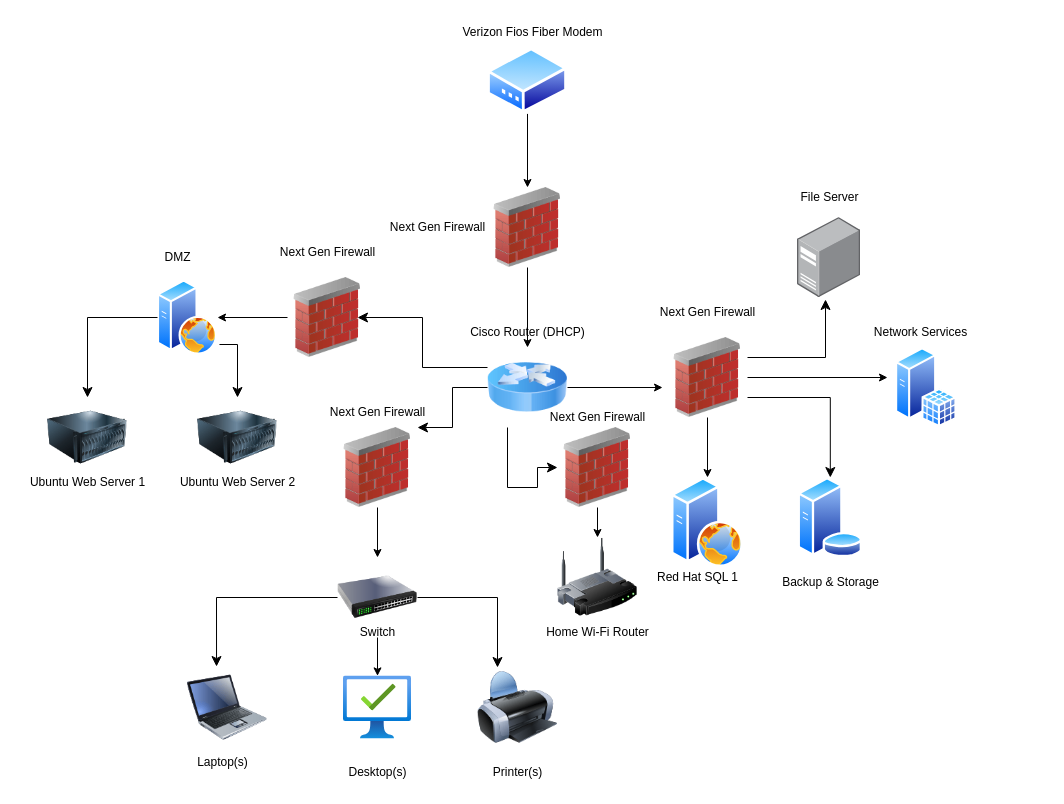
Above: NetworkDiagram.drawio in sweetrellish/python_work1 (draw.io), before the change. Source tidied: cells renumbered, new cells numbered last; positions are measured from the earlier drawing's top-left corner, leaving out a move shared by most shapes. Both pictures are drawn from the tidied source at 100%, with x=0, y=0 at pixel (17, 17).
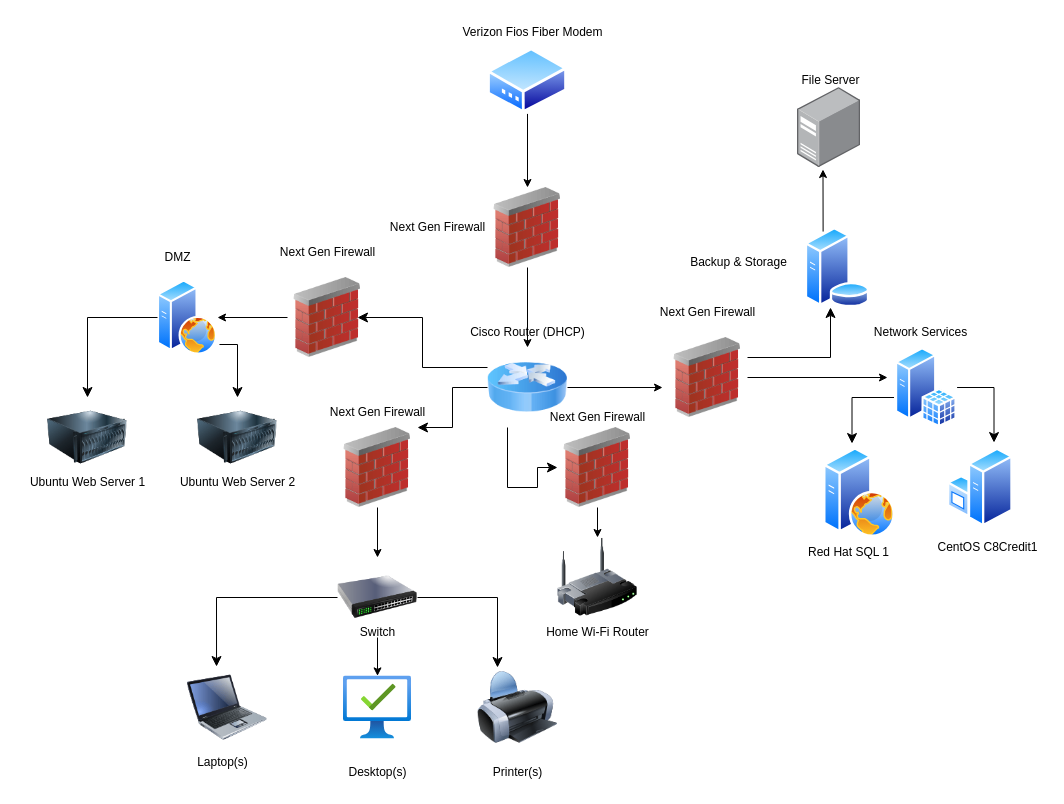
The same diagram, later.

Unchanged cells that the change refers to:
```xml
<mxCell id="16" style="image;html=1;image=img/lib/clip_art/networking/Firewall_02_128x128.png;" parent="1" vertex="1">
  <mxGeometry x="650" y="320" width="80" height="80" as="geometry" />
</mxCell>
<mxCell id="55" style="perimeter=ellipsePerimeter;html=1;align=center;shadow=0;dashed=0;spacingTop=3;image;image=img/lib/active_directory/sql_server.svg;" parent="1" vertex="1">
  <mxGeometry x="878" y="330" width="61.6" height="80" as="geometry" />
</mxCell>
```

Diff of the diagram source:
```diff
@@
-    <mxCell id="15" style="edgeStyle=none;html=1;" parent="1" edge="1" source="16" target="54">
-      <mxGeometry relative="1" as="geometry" />
-    </mxCell>
@@
     <mxCell id="42" style="points=[];html=1;align=center;shadow=0;dashed=0;image;image=img/lib/allied_telesis/computer_and_terminals/Server_Desktop.svg;" parent="1" vertex="1">
-      <mxGeometry x="780" y="200" width="63.1" height="80" as="geometry" />
+      <mxGeometry x="780" y="70" width="63.1" height="80" as="geometry" />
     </mxCell>
-    <mxCell id="43" style="edgeStyle=segmentEdgeStyle;endArrow=classic;html=1;curved=0;rounded=0;endSize=8;startSize=8;exitX=1;exitY=0.25;exitDx=0;exitDy=0;entryX=0.444;entryY=1.025;entryDx=0;entryDy=0;entryPerimeter=0;" parent="1" edge="1" source="16" target="42">
-      <mxGeometry relative="1" as="geometry" />
+    <mxCell id="43" style="edgeStyle=segmentEdgeStyle;endArrow=classic;html=1;curved=0;rounded=0;endSize=8;startSize=8;exitX=1;exitY=0.25;exitDx=0;exitDy=0;" parent="1" edge="1" source="16">
+      <mxGeometry relative="1" as="geometry">
+        <mxPoint x="813" y="290" as="targetPoint" />
+      </mxGeometry>
     </mxCell>
     <mxCell id="44" value="File Server" style="text;html=1;align=center;verticalAlign=middle;strokeColor=none;fillColor=none;" parent="1" vertex="1">
-      <mxGeometry x="771.5" y="165" width="80" height="30" as="geometry" />
+      <mxGeometry x="772.8" y="48.2" width="80" height="30" as="geometry" />
     </mxCell>
@@
+    <mxCell id="60" style="edgeStyle=none;html=1;exitX=0.25;exitY=0;exitDx=0;exitDy=0;entryX=0.404;entryY=1.025;entryDx=0;entryDy=0;entryPerimeter=0;" parent="1" edge="1" source="53" target="42">
+      <mxGeometry relative="1" as="geometry" />
+    </mxCell>
     <mxCell id="53" style="perimeter=ellipsePerimeter;html=1;align=center;shadow=0;dashed=0;spacingTop=3;image;image=img/lib/active_directory/database_server.svg;" parent="1" vertex="1">
-      <mxGeometry x="780" y="460" width="65.6" height="80" as="geometry" />
+      <mxGeometry x="787.2" y="210" width="65.6" height="80" as="geometry" />
     </mxCell>
     <mxCell id="54" style="perimeter=ellipsePerimeter;html=1;align=center;shadow=0;dashed=0;spacingTop=3;image;image=img/lib/active_directory/web_server.svg;" parent="1" vertex="1">
-      <mxGeometry x="654" y="460" width="72" height="90" as="geometry" />
+      <mxGeometry x="806" y="430" width="72" height="90" as="geometry" />
     </mxCell>
@@
     <mxCell id="57" value="Red Hat SQL 1" style="text;html=1;align=center;verticalAlign=middle;strokeColor=none;fillColor=none;" parent="1" vertex="1">
-      <mxGeometry x="630" y="545" width="100" height="30" as="geometry" />
+      <mxGeometry x="781.2" y="520" width="100" height="30" as="geometry" />
     </mxCell>
     <mxCell id="58" value="Backup &amp;amp; Storage" style="text;html=1;align=center;verticalAlign=middle;strokeColor=none;fillColor=none;" parent="1" vertex="1">
-      <mxGeometry x="752.8" y="550" width="120" height="30" as="geometry" />
+      <mxGeometry x="661.2" y="230" width="120" height="30" as="geometry" />
     </mxCell>
-    <mxCell id="59" style="edgeStyle=segmentEdgeStyle;endArrow=classic;html=1;curved=0;rounded=0;endSize=8;startSize=8;exitX=1;exitY=0.75;exitDx=0;exitDy=0;entryX=0.5;entryY=0;entryDx=0;entryDy=0;" parent="1" edge="1" source="16" target="53">
-      <mxGeometry relative="1" as="geometry" />
-    </mxCell>
+    <mxCell id="61" style="perimeter=ellipsePerimeter;html=1;align=center;shadow=0;dashed=0;spacingTop=3;image;image=img/lib/active_directory/windows_server.svg;" parent="1" vertex="1">
+      <mxGeometry x="930" y="430" width="65.6" height="80" as="geometry" />
+    </mxCell>
+    <mxCell id="62" value="CentOS C8Credit1" style="text;html=1;align=center;verticalAlign=middle;strokeColor=none;fillColor=none;" parent="1" vertex="1">
+      <mxGeometry x="910" y="515" width="120" height="30" as="geometry" />
+    </mxCell>
+    <mxCell id="63" style="edgeStyle=segmentEdgeStyle;endArrow=classic;html=1;curved=0;rounded=0;endSize=8;startSize=8;exitX=-0.024;exitY=0.625;exitDx=0;exitDy=0;exitPerimeter=0;entryX=0.396;entryY=-0.044;entryDx=0;entryDy=0;entryPerimeter=0;" parent="1" edge="1" source="55" target="54">
+      <mxGeometry relative="1" as="geometry" />
+    </mxCell>
+    <mxCell id="64" style="edgeStyle=segmentEdgeStyle;endArrow=classic;html=1;curved=0;rounded=0;endSize=8;startSize=8;exitX=1;exitY=0.5;exitDx=0;exitDy=0;entryX=0.709;entryY=-0.062;entryDx=0;entryDy=0;entryPerimeter=0;" parent="1" edge="1" source="55" target="61">
+      <mxGeometry relative="1" as="geometry" />
+    </mxCell>
```
